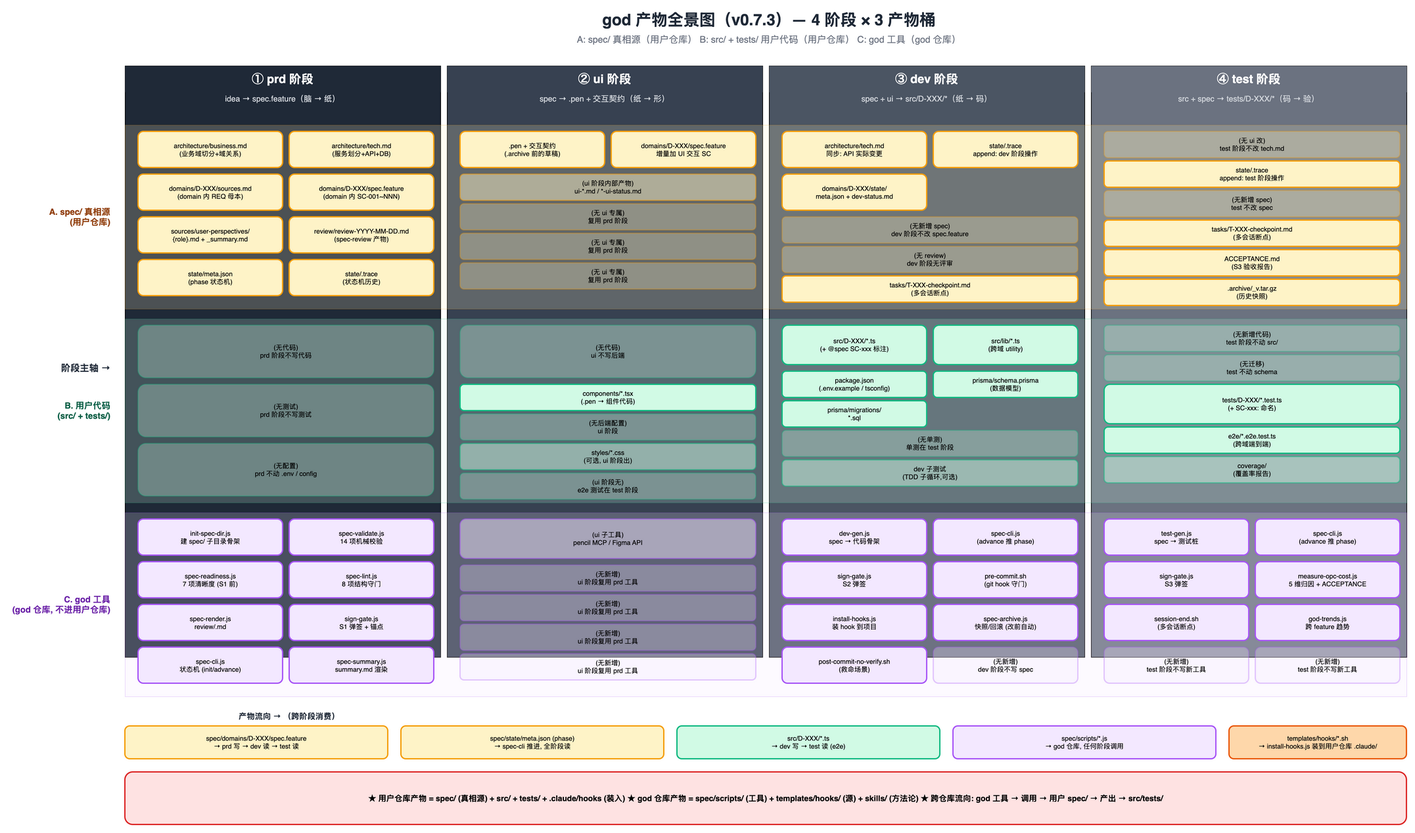
Above: plugins/god/docs/artifact-flow.drawio.png in gudandezhu/claude-plugins (draw.io), before the change. Source tidied: cells renumbered, new cells last; positions are measured from the earlier drawing's top-left corner, leaving out a move shared by most shapes.
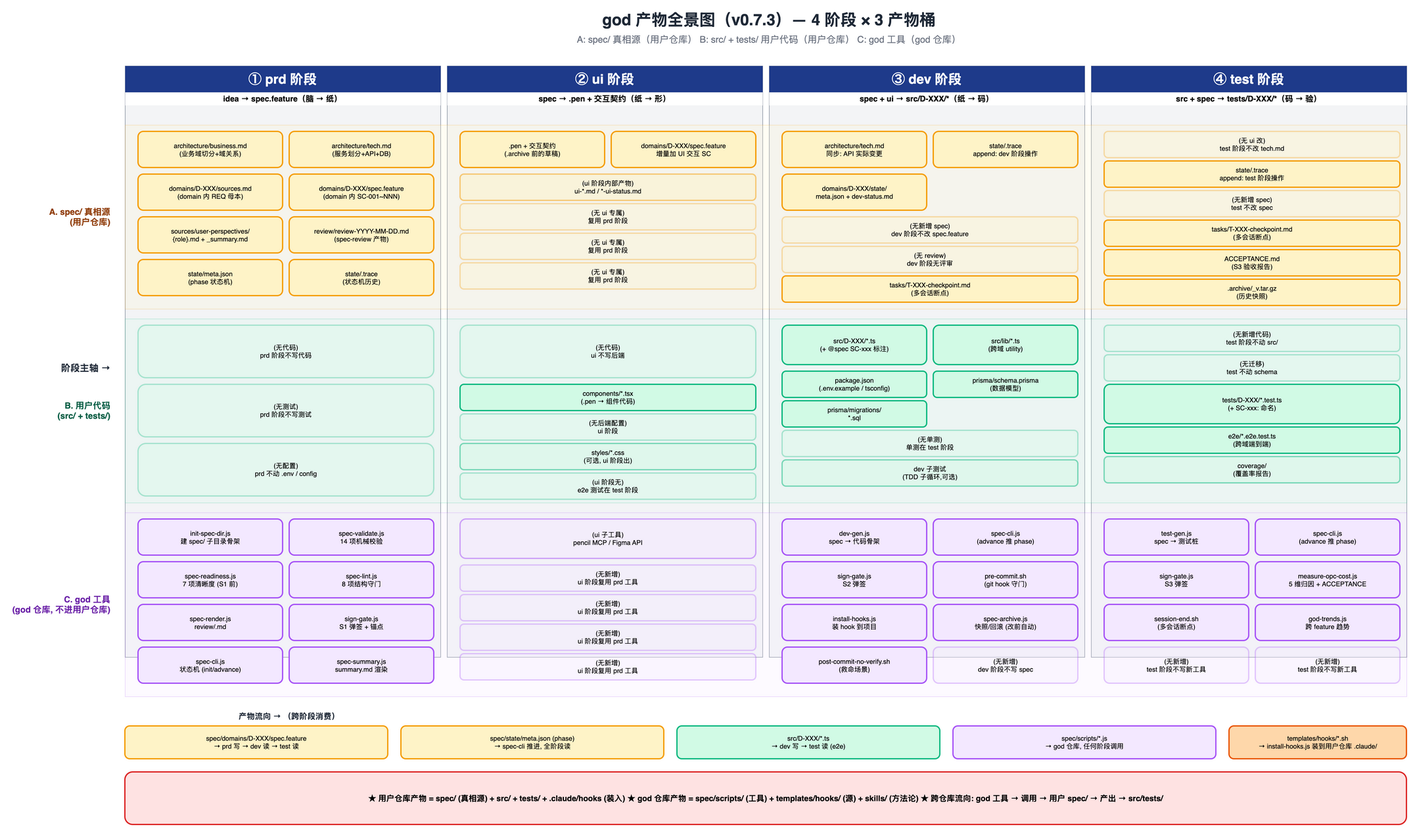
After the change.

Commit message:
docs(god): 产物图阶段列改深蓝标题 + 浅灰背景

之前深灰阶段背景对浅色副标题对比度差，阶段和产物框颜色混在一起。
改为：
- 阶段标题栏：深蓝 (#1E3A8A) 底 + 白字 + 字号 20 — 醒目
- 阶段副标题：白底 + 粗黑字 — 清晰
- 阶段列背景：浅灰 (#F3F4F6) — 轻量不抢戏

视觉层次：深蓝标题 > 浅灰列背景 > 黄/绿/紫产物框 > 红铁律

Change to the diagram source:
```diff
@@ -11,40 +11,40 @@
     <mxCell id="4" value="阶段主轴 →" style="text;html=1;strokeColor=none;fillColor=none;align=right;verticalAlign=middle;whiteSpace=wrap;rounded=0;fontSize=14;fontStyle=1;fontColor=#1F2937;" parent="1" vertex="1">
       <mxGeometry y="100" width="160" height="900" as="geometry" />
     </mxCell>
-    <mxCell id="5" style="rounded=0;whiteSpace=wrap;html=1;fillColor=#1F2937;strokeColor=#000000;strokeWidth=1;" parent="1" vertex="1">
+    <mxCell id="5" style="rounded=0;whiteSpace=wrap;html=1;fillColor=#F3F4F6;strokeColor=#9CA3AF;strokeWidth=1;" parent="1" vertex="1">
       <mxGeometry x="180" y="90" width="480" height="900" as="geometry" />
     </mxCell>
-    <mxCell id="6" value="① prd 阶段" style="text;html=1;strokeColor=none;fillColor=#1F2937;align=center;verticalAlign=middle;whiteSpace=wrap;rounded=0;fontSize=18;fontStyle=1;fontColor=#FFFFFF;" parent="1" vertex="1">
+    <mxCell id="6" value="① prd 阶段" style="text;html=1;strokeColor=none;fillColor=#1E3A8A;align=center;verticalAlign=middle;whiteSpace=wrap;rounded=0;fontSize=20;fontStyle=1;fontColor=#FFFFFF;" parent="1" vertex="1">
       <mxGeometry x="180" y="90" width="480" height="40" as="geometry" />
     </mxCell>
-    <mxCell id="7" value="idea → spec.feature（脑 → 纸）" style="text;html=1;strokeColor=none;fillColor=none;align=center;verticalAlign=middle;whiteSpace=wrap;rounded=0;fontSize=12;fontColor=#D1D5DB;" parent="1" vertex="1">
+    <mxCell id="7" value="idea → spec.feature（脑 → 纸）" style="text;html=1;strokeColor=none;fillColor=#FFFFFF;align=center;verticalAlign=middle;whiteSpace=wrap;rounded=0;fontSize=12;fontStyle=1;" parent="1" vertex="1">
       <mxGeometry x="180" y="130" width="480" height="20" as="geometry" />
     </mxCell>
-    <mxCell id="8" style="rounded=0;whiteSpace=wrap;html=1;fillColor=#374151;strokeColor=#000000;strokeWidth=1;" parent="1" vertex="1">
+    <mxCell id="8" style="rounded=0;whiteSpace=wrap;html=1;fillColor=#F3F4F6;strokeColor=#9CA3AF;strokeWidth=1;" parent="1" vertex="1">
       <mxGeometry x="670" y="90" width="480" height="900" as="geometry" />
     </mxCell>
-    <mxCell id="9" value="② ui 阶段" style="text;html=1;strokeColor=none;fillColor=#374151;align=center;verticalAlign=middle;whiteSpace=wrap;rounded=0;fontSize=18;fontStyle=1;fontColor=#FFFFFF;" parent="1" vertex="1">
+    <mxCell id="9" value="② ui 阶段" style="text;html=1;strokeColor=none;fillColor=#1E3A8A;align=center;verticalAlign=middle;whiteSpace=wrap;rounded=0;fontSize=20;fontStyle=1;fontColor=#FFFFFF;" parent="1" vertex="1">
       <mxGeometry x="670" y="90" width="480" height="40" as="geometry" />
     </mxCell>
-    <mxCell id="10" value="spec → .pen + 交互契约（纸 → 形）" style="text;html=1;strokeColor=none;fillColor=none;align=center;verticalAlign=middle;whiteSpace=wrap;rounded=0;fontSize=12;fontColor=#D1D5DB;" parent="1" vertex="1">
+    <mxCell id="10" value="spec → .pen + 交互契约（纸 → 形）" style="text;html=1;strokeColor=none;fillColor=#FFFFFF;align=center;verticalAlign=middle;whiteSpace=wrap;rounded=0;fontSize=12;fontStyle=1;" parent="1" vertex="1">
       <mxGeometry x="670" y="130" width="480" height="20" as="geometry" />
     </mxCell>
-    <mxCell id="11" style="rounded=0;whiteSpace=wrap;html=1;fillColor=#4B5563;strokeColor=#000000;strokeWidth=1;" parent="1" vertex="1">
+    <mxCell id="11" style="rounded=0;whiteSpace=wrap;html=1;fillColor=#F3F4F6;strokeColor=#9CA3AF;strokeWidth=1;" parent="1" vertex="1">
       <mxGeometry x="1160" y="90" width="480" height="900" as="geometry" />
     </mxCell>
-    <mxCell id="12" value="③ dev 阶段" style="text;html=1;strokeColor=none;fillColor=#4B5563;align=center;verticalAlign=middle;whiteSpace=wrap;rounded=0;fontSize=18;fontStyle=1;fontColor=#FFFFFF;" parent="1" vertex="1">
+    <mxCell id="12" value="③ dev 阶段" style="text;html=1;strokeColor=none;fillColor=#1E3A8A;align=center;verticalAlign=middle;whiteSpace=wrap;rounded=0;fontSize=20;fontStyle=1;fontColor=#FFFFFF;" parent="1" vertex="1">
       <mxGeometry x="1160" y="90" width="480" height="40" as="geometry" />
     </mxCell>
-    <mxCell id="13" value="spec + ui → src/D-XXX/*（纸 → 码）" style="text;html=1;strokeColor=none;fillColor=none;align=center;verticalAlign=middle;whiteSpace=wrap;rounded=0;fontSize=12;fontColor=#D1D5DB;" parent="1" vertex="1">
+    <mxCell id="13" value="spec + ui → src/D-XXX/*（纸 → 码）" style="text;html=1;strokeColor=none;fillColor=#FFFFFF;align=center;verticalAlign=middle;whiteSpace=wrap;rounded=0;fontSize=12;fontStyle=1;" parent="1" vertex="1">
       <mxGeometry x="1160" y="130" width="480" height="20" as="geometry" />
     </mxCell>
-    <mxCell id="14" style="rounded=0;whiteSpace=wrap;html=1;fillColor=#6B7280;strokeColor=#000000;strokeWidth=1;" parent="1" vertex="1">
+    <mxCell id="14" style="rounded=0;whiteSpace=wrap;html=1;fillColor=#F3F4F6;strokeColor=#9CA3AF;strokeWidth=1;" parent="1" vertex="1">
       <mxGeometry x="1650" y="90" width="480" height="900" as="geometry" />
     </mxCell>
-    <mxCell id="15" value="④ test 阶段" style="text;html=1;strokeColor=none;fillColor=#6B7280;align=center;verticalAlign=middle;whiteSpace=wrap;rounded=0;fontSize=18;fontStyle=1;fontColor=#FFFFFF;" parent="1" vertex="1">
+    <mxCell id="15" value="④ test 阶段" style="text;html=1;strokeColor=none;fillColor=#1E3A8A;align=center;verticalAlign=middle;whiteSpace=wrap;rounded=0;fontSize=20;fontStyle=1;fontColor=#FFFFFF;" parent="1" vertex="1">
       <mxGeometry x="1650" y="90" width="480" height="40" as="geometry" />
     </mxCell>
-    <mxCell id="16" value="src + spec → tests/D-XXX/*（码 → 验）" style="text;html=1;strokeColor=none;fillColor=none;align=center;verticalAlign=middle;whiteSpace=wrap;rounded=0;fontSize=12;fontColor=#D1D5DB;" parent="1" vertex="1">
+    <mxCell id="16" value="src + spec → tests/D-XXX/*（码 → 验）" style="text;html=1;strokeColor=none;fillColor=#FFFFFF;align=center;verticalAlign=middle;whiteSpace=wrap;rounded=0;fontSize=12;fontStyle=1;" parent="1" vertex="1">
       <mxGeometry x="1650" y="130" width="480" height="20" as="geometry" />
     </mxCell>
     <mxCell id="17" value="A. spec/ 真相源&#10;(用户仓库)" style="text;html=1;strokeColor=none;fillColor=none;align=right;verticalAlign=middle;whiteSpace=wrap;rounded=0;fontSize=13;fontStyle=1;fontColor=#92400E;" parent="1" vertex="1">
```
